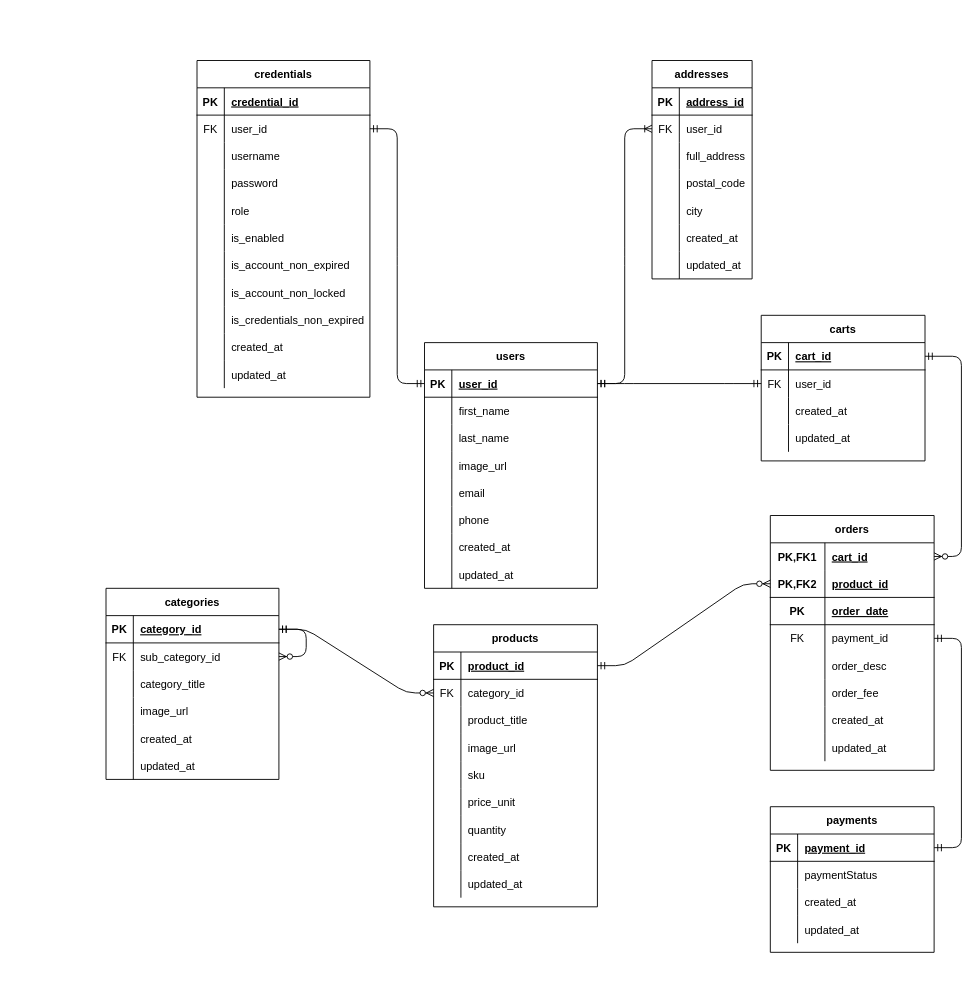
Earlier version of the draw.io diagram ecommerce-diag.drawio (SelimHorri/ecommerce-monolithic-backend-app). Source tidied: cells renumbered, new cells numbered last; positions are measured from the earlier drawing's top-left corner, leaving out a move shared by most shapes. Both pictures are drawn from the tidied source at 91%, with x=0, y=0 at pixel (106, 60).
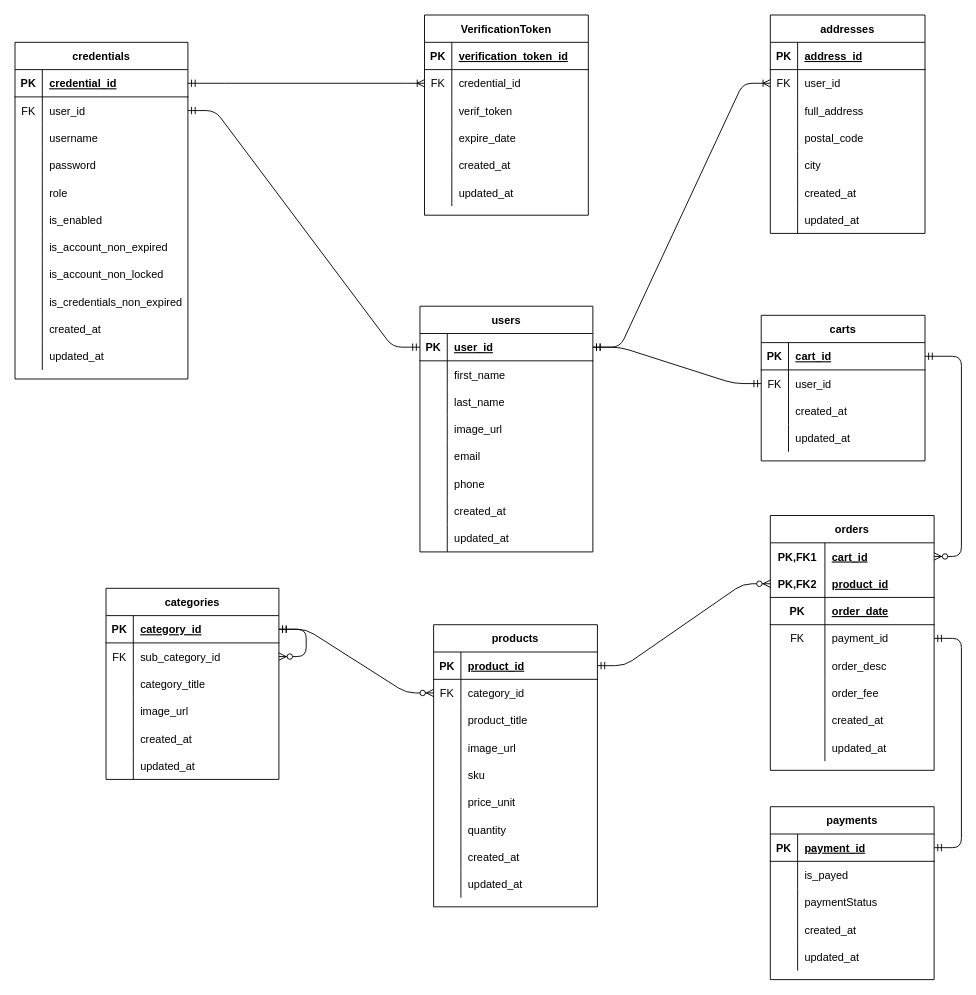
The same diagram, later.

Unchanged cells that the change refers to:
```xml
<mxCell id="28" style="shape=partialRectangle;fillColor=none;top=0;left=0;bottom=1;right=0;points=[[0,0.5],[1,0.5]];portConstraint=eastwest;" parent="27" vertex="1">
  <mxGeometry y="30" width="190" height="30" as="geometry" />
</mxCell>
```

The edit, as a diff of the source:
```diff
@@
     <mxCell id="2" value="users" style="shape=table;startSize=30;childLayout=tableLayout;rowLines=0;fontStyle=1;align=center;" parent="1" vertex="1">
-      <mxGeometry x="350" y="310" width="190" height="270" as="geometry" />
+      <mxGeometry x="345" y="270" width="190" height="270" as="geometry" />
     </mxCell>
@@
     <mxCell id="27" value="credentials" style="shape=table;startSize=30;childLayout=tableLayout;rowLines=0;fontStyle=1;align=center;" parent="1" vertex="1">
-      <mxGeometry x="100" width="190" height="370" as="geometry" />
+      <mxGeometry x="-100" y="-20" width="190" height="370" as="geometry" />
     </mxCell>
@@
     <mxCell id="61" value="addresses" style="shape=table;startSize=30;childLayout=tableLayout;rowLines=0;fontStyle=1;align=center;" parent="1" vertex="1">
-      <mxGeometry x="600" width="110" height="240" as="geometry" />
+      <mxGeometry x="730" y="-50" width="170" height="240" as="geometry" />
     </mxCell>
     <mxCell id="62" style="shape=partialRectangle;fillColor=none;top=0;left=0;bottom=1;right=0;" parent="61" vertex="1">
-      <mxGeometry y="30" width="110" height="30" as="geometry" />
+      <mxGeometry y="30" width="170" height="30" as="geometry" />
     </mxCell>
@@
     <mxCell id="64" value="address_id" style="shape=partialRectangle;fillColor=none;top=0;left=0;bottom=0;right=0;align=left;spacingLeft=6;fontStyle=5;overflow=hidden;" parent="62" vertex="1">
-      <mxGeometry x="30" width="80" height="30" as="geometry" />
+      <mxGeometry x="30" width="140" height="30" as="geometry" />
     </mxCell>
     <mxCell id="65" style="shape=partialRectangle;fillColor=none;top=0;left=0;bottom=0;right=0;points=[[0,0.5],[1,0.5]];portConstraint=eastwest;" parent="61" vertex="1">
-      <mxGeometry y="60" width="110" height="30" as="geometry" />
+      <mxGeometry y="60" width="170" height="30" as="geometry" />
     </mxCell>
@@
     <mxCell id="67" value="user_id" style="shape=partialRectangle;fillColor=none;top=0;left=0;bottom=0;right=0;align=left;spacingLeft=6;overflow=hidden;" parent="65" vertex="1">
-      <mxGeometry x="30" width="80" height="30" as="geometry" />
+      <mxGeometry x="30" width="140" height="30" as="geometry" />
     </mxCell>
     <mxCell id="68" style="shape=partialRectangle;fillColor=none;top=0;left=0;bottom=0;right=0;" parent="61" vertex="1">
-      <mxGeometry y="90" width="110" height="30" as="geometry" />
+      <mxGeometry y="90" width="170" height="30" as="geometry" />
     </mxCell>
@@
     <mxCell id="70" value="full_address" style="shape=partialRectangle;fillColor=none;top=0;left=0;bottom=0;right=0;align=left;spacingLeft=6;overflow=hidden;" parent="68" vertex="1">
-      <mxGeometry x="30" width="80" height="30" as="geometry" />
+      <mxGeometry x="30" width="140" height="30" as="geometry" />
     </mxCell>
     <mxCell id="71" style="shape=partialRectangle;fillColor=none;top=0;left=0;bottom=0;right=0;" parent="61" vertex="1">
-      <mxGeometry y="120" width="110" height="30" as="geometry" />
+      <mxGeometry y="120" width="170" height="30" as="geometry" />
     </mxCell>
@@
     <mxCell id="73" value="postal_code" style="shape=partialRectangle;fillColor=none;top=0;left=0;bottom=0;right=0;align=left;spacingLeft=6;overflow=hidden;" parent="71" vertex="1">
-      <mxGeometry x="30" width="80" height="30" as="geometry" />
+      <mxGeometry x="30" width="140" height="30" as="geometry" />
     </mxCell>
     <mxCell id="74" style="shape=partialRectangle;fillColor=none;top=0;left=0;bottom=0;right=0;" parent="61" vertex="1">
-      <mxGeometry y="150" width="110" height="30" as="geometry" />
+      <mxGeometry y="150" width="170" height="30" as="geometry" />
     </mxCell>
@@
     <mxCell id="76" value="city" style="shape=partialRectangle;fillColor=none;top=0;left=0;bottom=0;right=0;align=left;spacingLeft=6;overflow=hidden;" parent="74" vertex="1">
-      <mxGeometry x="30" width="80" height="30" as="geometry" />
+      <mxGeometry x="30" width="140" height="30" as="geometry" />
     </mxCell>
     <mxCell id="77" style="shape=partialRectangle;fillColor=none;top=0;left=0;bottom=0;right=0;" parent="61" vertex="1">
-      <mxGeometry y="180" width="110" height="30" as="geometry" />
+      <mxGeometry y="180" width="170" height="30" as="geometry" />
     </mxCell>
@@
     <mxCell id="79" value="created_at" style="shape=partialRectangle;fillColor=none;top=0;left=0;bottom=0;right=0;align=left;spacingLeft=6;overflow=hidden;" parent="77" vertex="1">
-      <mxGeometry x="30" width="80" height="30" as="geometry" />
+      <mxGeometry x="30" width="140" height="30" as="geometry" />
     </mxCell>
     <mxCell id="80" style="shape=partialRectangle;fillColor=none;top=0;left=0;bottom=0;right=0;" parent="61" vertex="1">
-      <mxGeometry y="210" width="110" height="30" as="geometry" />
+      <mxGeometry y="210" width="170" height="30" as="geometry" />
     </mxCell>
@@
     <mxCell id="82" value="updated_at" style="shape=partialRectangle;fillColor=none;top=0;left=0;bottom=0;right=0;align=left;spacingLeft=6;overflow=hidden;" parent="80" vertex="1">
-      <mxGeometry x="30" width="80" height="30" as="geometry" />
+      <mxGeometry x="30" width="140" height="30" as="geometry" />
     </mxCell>
@@
     <mxCell id="156" value="payments" style="shape=table;startSize=30;childLayout=tableLayout;rowLines=0;fontStyle=1;align=center;" parent="1" vertex="1">
-      <mxGeometry x="730" y="820" width="180" height="160" as="geometry" />
+      <mxGeometry x="730" y="820" width="180" height="190" as="geometry" />
     </mxCell>
@@
+    <mxCell id="189" style="shape=partialRectangle;fillColor=none;top=0;left=0;bottom=0;right=0;" parent="156" vertex="1">
+      <mxGeometry y="60" width="180" height="30" as="geometry" />
+    </mxCell>
+    <mxCell id="190" style="shape=partialRectangle;fillColor=none;top=0;left=0;bottom=0;right=0;overflow=hidden;" parent="189" vertex="1">
+      <mxGeometry width="30" height="30" as="geometry" />
+    </mxCell>
+    <mxCell id="191" value="is_payed" style="shape=partialRectangle;fillColor=none;top=0;left=0;bottom=0;right=0;align=left;spacingLeft=6;overflow=hidden;" parent="189" vertex="1">
+      <mxGeometry x="30" width="150" height="30" as="geometry" />
+    </mxCell>
     <mxCell id="160" style="shape=partialRectangle;fillColor=none;top=0;left=0;bottom=0;right=0;" parent="156" vertex="1">
-      <mxGeometry y="60" width="180" height="30" as="geometry" />
+      <mxGeometry y="90" width="180" height="30" as="geometry" />
     </mxCell>
@@
     <mxCell id="163" style="shape=partialRectangle;fillColor=none;top=0;left=0;bottom=0;right=0;" parent="156" vertex="1">
-      <mxGeometry y="90" width="180" height="30" as="geometry" />
+      <mxGeometry y="120" width="180" height="30" as="geometry" />
     </mxCell>
@@
     <mxCell id="166" style="shape=partialRectangle;fillColor=none;top=0;left=0;bottom=0;right=0;" parent="156" vertex="1">
-      <mxGeometry y="120" width="180" height="30" as="geometry" />
+      <mxGeometry y="150" width="180" height="30" as="geometry" />
     </mxCell>
@@
+    <mxCell id="192" value="VerificationToken" style="shape=table;startSize=30;childLayout=tableLayout;rowLines=0;fontStyle=1;align=center;" parent="1" vertex="1">
+      <mxGeometry x="350" y="-50" width="180" height="220" as="geometry" />
+    </mxCell>
+    <mxCell id="193" style="shape=partialRectangle;fillColor=none;top=0;left=0;bottom=1;right=0;" parent="192" vertex="1">
+      <mxGeometry y="30" width="180" height="30" as="geometry" />
+    </mxCell>
+    <mxCell id="194" value="PK" style="shape=partialRectangle;fillColor=none;top=0;left=0;bottom=0;right=0;fontStyle=1;overflow=hidden;" parent="193" vertex="1">
+      <mxGeometry width="30" height="30" as="geometry" />
+    </mxCell>
+    <mxCell id="195" value="verification_token_id" style="shape=partialRectangle;fillColor=none;top=0;left=0;bottom=0;right=0;align=left;spacingLeft=6;fontStyle=5;overflow=hidden;" parent="193" vertex="1">
+      <mxGeometry x="30" width="150" height="30" as="geometry" />
+    </mxCell>
+    <mxCell id="196" style="shape=partialRectangle;fillColor=none;top=0;left=0;bottom=0;right=0;points=[[0,0.5],[1,0.5]];portConstraint=eastwest;" parent="192" vertex="1">
+      <mxGeometry y="60" width="180" height="30" as="geometry" />
+    </mxCell>
+    <mxCell id="197" value="FK" style="shape=partialRectangle;fillColor=none;top=0;left=0;bottom=0;right=0;overflow=hidden;" parent="196" vertex="1">
+      <mxGeometry width="30" height="30" as="geometry" />
+    </mxCell>
+    <mxCell id="198" value="credential_id" style="shape=partialRectangle;fillColor=none;top=0;left=0;bottom=0;right=0;align=left;spacingLeft=6;overflow=hidden;" parent="196" vertex="1">
+      <mxGeometry x="30" width="150" height="30" as="geometry" />
+    </mxCell>
+    <mxCell id="199" style="shape=partialRectangle;fillColor=none;top=0;left=0;bottom=0;right=0;" parent="192" vertex="1">
+      <mxGeometry y="90" width="180" height="30" as="geometry" />
+    </mxCell>
+    <mxCell id="200" style="shape=partialRectangle;fillColor=none;top=0;left=0;bottom=0;right=0;overflow=hidden;" parent="199" vertex="1">
+      <mxGeometry width="30" height="30" as="geometry" />
+    </mxCell>
+    <mxCell id="201" value="verif_token" style="shape=partialRectangle;fillColor=none;top=0;left=0;bottom=0;right=0;align=left;spacingLeft=6;overflow=hidden;" parent="199" vertex="1">
+      <mxGeometry x="30" width="150" height="30" as="geometry" />
+    </mxCell>
+    <mxCell id="202" style="shape=partialRectangle;fillColor=none;top=0;left=0;bottom=0;right=0;" parent="192" vertex="1">
+      <mxGeometry y="120" width="180" height="30" as="geometry" />
+    </mxCell>
+    <mxCell id="203" style="shape=partialRectangle;fillColor=none;top=0;left=0;bottom=0;right=0;overflow=hidden;" parent="202" vertex="1">
+      <mxGeometry width="30" height="30" as="geometry" />
+    </mxCell>
+    <mxCell id="204" value="expire_date" style="shape=partialRectangle;fillColor=none;top=0;left=0;bottom=0;right=0;align=left;spacingLeft=6;overflow=hidden;" parent="202" vertex="1">
+      <mxGeometry x="30" width="150" height="30" as="geometry" />
+    </mxCell>
+    <mxCell id="205" style="shape=partialRectangle;fillColor=none;top=0;left=0;bottom=0;right=0;" parent="192" vertex="1">
+      <mxGeometry y="150" width="180" height="30" as="geometry" />
+    </mxCell>
+    <mxCell id="206" style="shape=partialRectangle;fillColor=none;top=0;left=0;bottom=0;right=0;overflow=hidden;" parent="205" vertex="1">
+      <mxGeometry width="30" height="30" as="geometry" />
+    </mxCell>
+    <mxCell id="207" value="created_at" style="shape=partialRectangle;fillColor=none;top=0;left=0;bottom=0;right=0;align=left;spacingLeft=6;overflow=hidden;" parent="205" vertex="1">
+      <mxGeometry x="30" width="150" height="30" as="geometry" />
+    </mxCell>
+    <mxCell id="208" style="shape=partialRectangle;fillColor=none;top=0;left=0;bottom=0;right=0;" parent="192" vertex="1">
+      <mxGeometry y="180" width="180" height="30" as="geometry" />
+    </mxCell>
+    <mxCell id="209" style="shape=partialRectangle;fillColor=none;top=0;left=0;bottom=0;right=0;overflow=hidden;" parent="208" vertex="1">
+      <mxGeometry width="30" height="30" as="geometry" />
+    </mxCell>
+    <mxCell id="210" value="updated_at" style="shape=partialRectangle;fillColor=none;top=0;left=0;bottom=0;right=0;align=left;spacingLeft=6;overflow=hidden;" parent="208" vertex="1">
+      <mxGeometry x="30" width="150" height="30" as="geometry" />
+    </mxCell>
+    <mxCell id="211" style="edgeStyle=entityRelationEdgeStyle;fontSize=12;html=1;endArrow=ERoneToMany;startArrow=ERmandOne;" parent="1" edge="1" source="28" target="196">
+      <mxGeometry relative="1" as="geometry" />
+    </mxCell>
```
